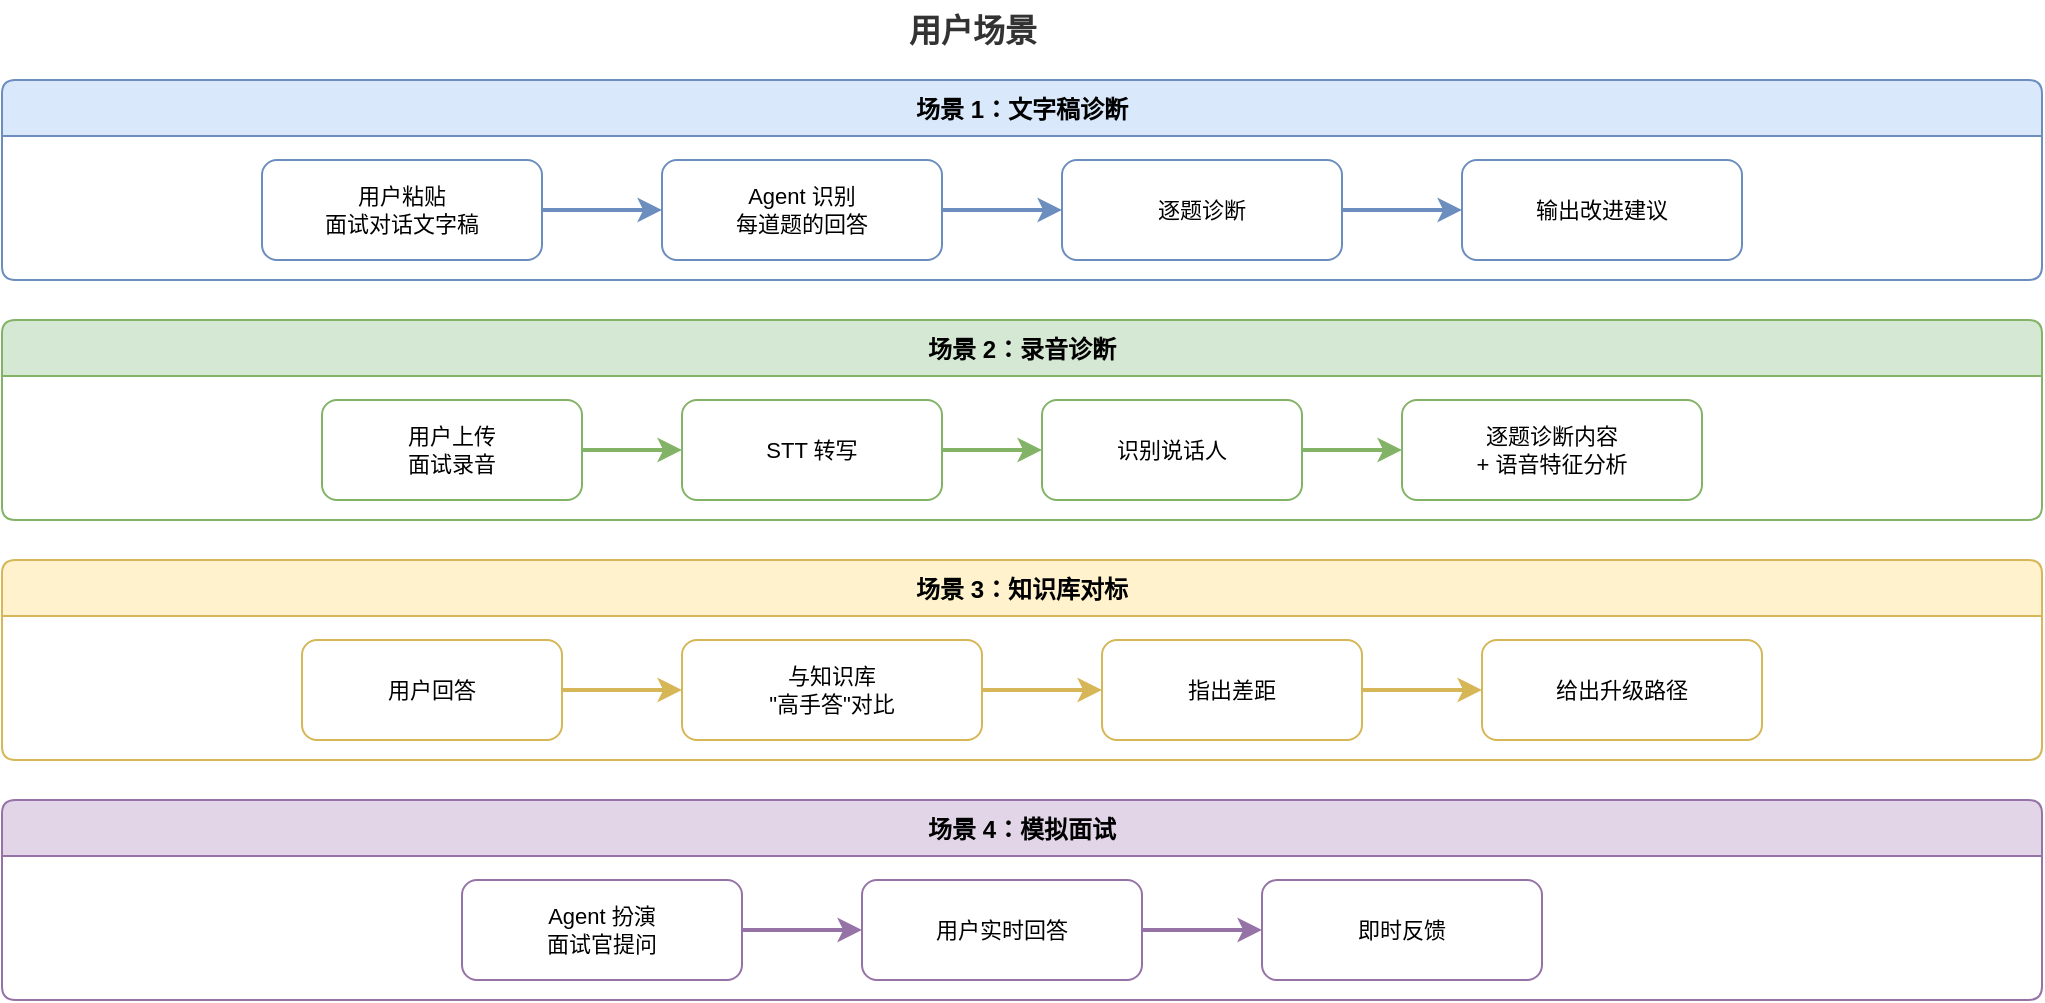
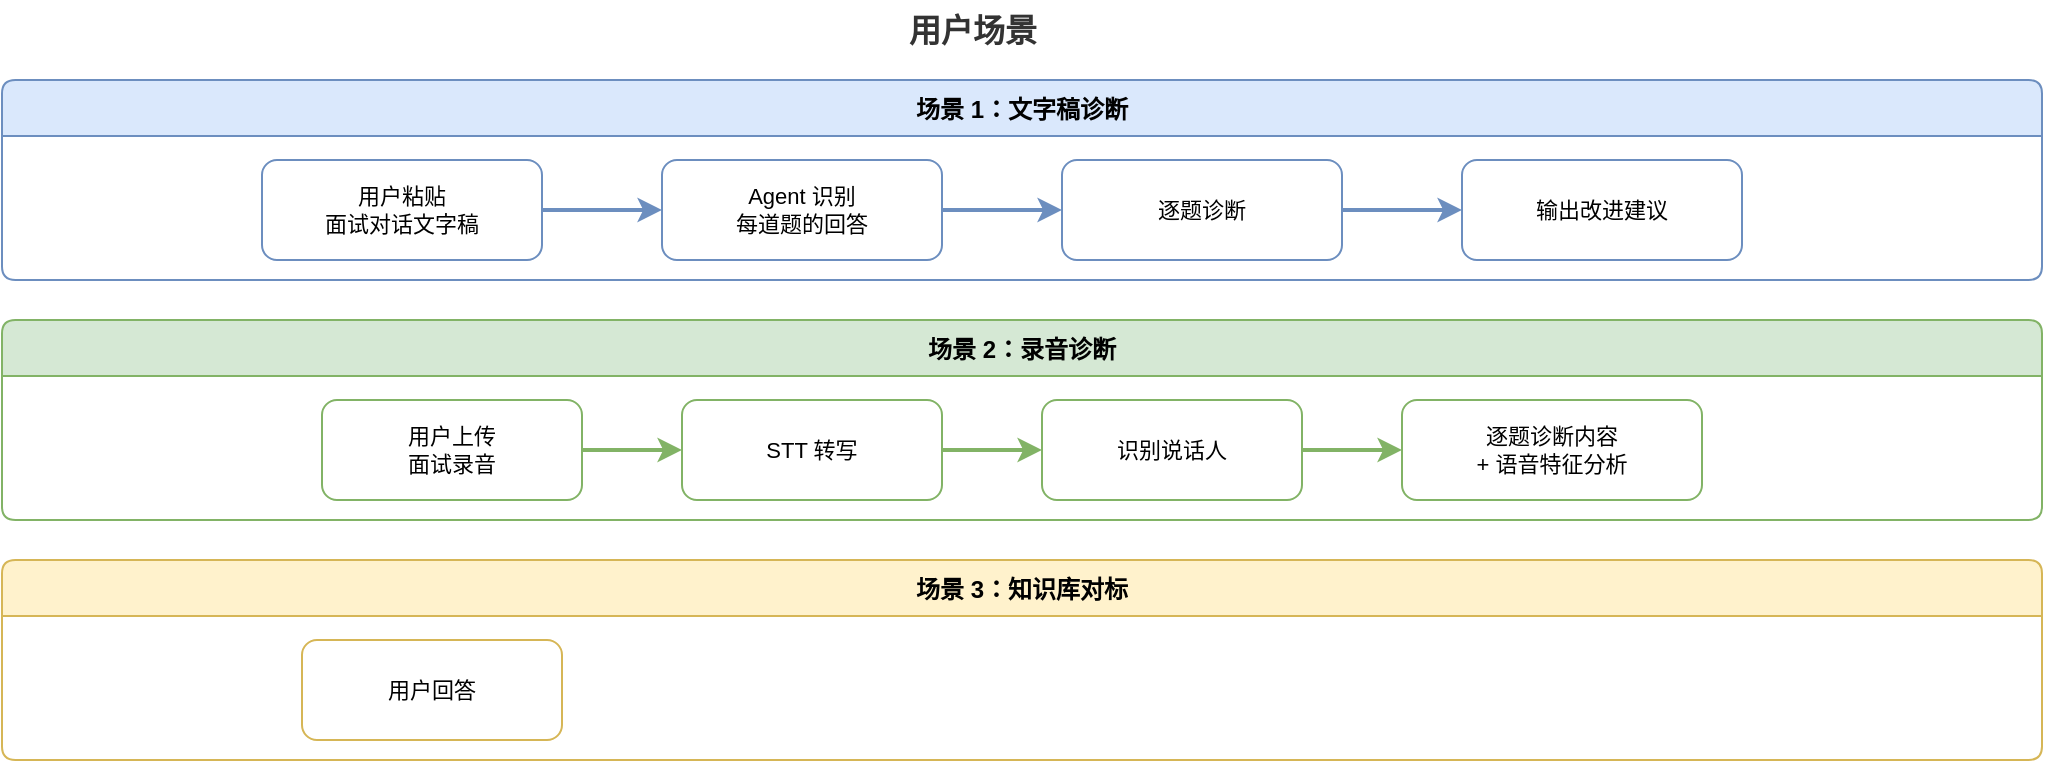
<?xml version="1.0" encoding="UTF-8"?>
<mxfile host="drawio" version="26.0.0">
  <diagram name="Page-1">
    <mxGraphModel dx="1100" dy="700" grid="1" gridSize="10" guides="1" tooltips="1" connect="1" arrows="1" fold="1" page="1" pageScale="1" pageWidth="1100" pageHeight="700" math="0" shadow="0">
      <root>
        <mxCell id="0" />
        <mxCell id="1" parent="0" />

        <!-- Title -->
        <mxCell id="title" value="用户场景" style="text;html=1;align=center;verticalAlign=middle;resizable=0;points=[];autosize=1;strokeColor=none;fillColor=none;fontSize=16;fontStyle=1;fontColor=#333333;" vertex="1" parent="1">
          <mxGeometry x="480" y="10" width="90" height="30" as="geometry" />
        </mxCell>

        <!-- Scenario 1: Text Diagnosis -->
        <mxCell id="s1_grp" value="场景 1：文字稿诊断" style="swimlane;startSize=28;fillColor=#dae8fc;strokeColor=#6c8ebf;fontStyle=1;fontSize=12;collapsible=0;rounded=1;arcSize=8;" vertex="1" parent="1">
          <mxGeometry x="40" y="50" width="1020" height="100" as="geometry" />
        </mxCell>
        <mxCell id="s1a" value="用户粘贴&#xa;面试对话文字稿" style="rounded=1;whiteSpace=wrap;html=1;fillColor=#FFFFFF;strokeColor=#6c8ebf;fontSize=11;" vertex="1" parent="s1_grp">
          <mxGeometry x="130" y="40" width="140" height="50" as="geometry" />
        </mxCell>
        <mxCell id="s1b" value="Agent 识别&#xa;每道题的回答" style="rounded=1;whiteSpace=wrap;html=1;fillColor=#FFFFFF;strokeColor=#6c8ebf;fontSize=11;" vertex="1" parent="s1_grp">
          <mxGeometry x="330" y="40" width="140" height="50" as="geometry" />
        </mxCell>
        <mxCell id="s1c" value="逐题诊断" style="rounded=1;whiteSpace=wrap;html=1;fillColor=#FFFFFF;strokeColor=#6c8ebf;fontSize=11;" vertex="1" parent="s1_grp">
          <mxGeometry x="530" y="40" width="140" height="50" as="geometry" />
        </mxCell>
        <mxCell id="s1d" value="输出改进建议" style="rounded=1;whiteSpace=wrap;html=1;fillColor=#FFFFFF;strokeColor=#6c8ebf;fontSize=11;" vertex="1" parent="s1_grp">
          <mxGeometry x="730" y="40" width="140" height="50" as="geometry" />
        </mxCell>
        <mxCell id="s1e1" value="" style="edgeStyle=orthogonalEdgeStyle;rounded=1;orthogonalLoop=1;jettySize=auto;html=1;strokeColor=#6c8ebf;strokeWidth=2;exitX=1;exitY=0.5;exitDx=0;exitDy=0;entryX=0;entryY=0.5;entryDx=0;entryDy=0;" edge="1" parent="s1_grp" source="s1a" target="s1b">
          <mxGeometry relative="1" as="geometry" />
        </mxCell>
        <mxCell id="s1e2" value="" style="edgeStyle=orthogonalEdgeStyle;rounded=1;orthogonalLoop=1;jettySize=auto;html=1;strokeColor=#6c8ebf;strokeWidth=2;exitX=1;exitY=0.5;exitDx=0;exitDy=0;entryX=0;entryY=0.5;entryDx=0;entryDy=0;" edge="1" parent="s1_grp" source="s1b" target="s1c">
          <mxGeometry relative="1" as="geometry" />
        </mxCell>
        <mxCell id="s1e3" value="" style="edgeStyle=orthogonalEdgeStyle;rounded=1;orthogonalLoop=1;jettySize=auto;html=1;strokeColor=#6c8ebf;strokeWidth=2;exitX=1;exitY=0.5;exitDx=0;exitDy=0;entryX=0;entryY=0.5;entryDx=0;entryDy=0;" edge="1" parent="s1_grp" source="s1c" target="s1d">
          <mxGeometry relative="1" as="geometry" />
        </mxCell>

        <!-- Scenario 2: Audio Diagnosis -->
        <mxCell id="s2_grp" value="场景 2：录音诊断" style="swimlane;startSize=28;fillColor=#d5e8d4;strokeColor=#82b366;fontStyle=1;fontSize=12;collapsible=0;rounded=1;arcSize=8;" vertex="1" parent="1">
          <mxGeometry x="40" y="170" width="1020" height="100" as="geometry" />
        </mxCell>
        <mxCell id="s2a" value="用户上传&#xa;面试录音" style="rounded=1;whiteSpace=wrap;html=1;fillColor=#FFFFFF;strokeColor=#82b366;fontSize=11;" vertex="1" parent="s2_grp">
          <mxGeometry x="160" y="40" width="130" height="50" as="geometry" />
        </mxCell>
        <mxCell id="s2b" value="STT 转写" style="rounded=1;whiteSpace=wrap;html=1;fillColor=#FFFFFF;strokeColor=#82b366;fontSize=11;" vertex="1" parent="s2_grp">
          <mxGeometry x="340" y="40" width="130" height="50" as="geometry" />
        </mxCell>
        <mxCell id="s2c" value="识别说话人" style="rounded=1;whiteSpace=wrap;html=1;fillColor=#FFFFFF;strokeColor=#82b366;fontSize=11;" vertex="1" parent="s2_grp">
          <mxGeometry x="520" y="40" width="130" height="50" as="geometry" />
        </mxCell>
        <mxCell id="s2d" value="逐题诊断内容&#xa;+ 语音特征分析" style="rounded=1;whiteSpace=wrap;html=1;fillColor=#FFFFFF;strokeColor=#82b366;fontSize=11;" vertex="1" parent="s2_grp">
          <mxGeometry x="700" y="40" width="150" height="50" as="geometry" />
        </mxCell>
        <mxCell id="s2e1" value="" style="edgeStyle=orthogonalEdgeStyle;rounded=1;orthogonalLoop=1;jettySize=auto;html=1;strokeColor=#82b366;strokeWidth=2;exitX=1;exitY=0.5;exitDx=0;exitDy=0;entryX=0;entryY=0.5;entryDx=0;entryDy=0;" edge="1" parent="s2_grp" source="s2a" target="s2b">
          <mxGeometry relative="1" as="geometry" />
        </mxCell>
        <mxCell id="s2e2" value="" style="edgeStyle=orthogonalEdgeStyle;rounded=1;orthogonalLoop=1;jettySize=auto;html=1;strokeColor=#82b366;strokeWidth=2;exitX=1;exitY=0.5;exitDx=0;exitDy=0;entryX=0;entryY=0.5;entryDx=0;entryDy=0;" edge="1" parent="s2_grp" source="s2b" target="s2c">
          <mxGeometry relative="1" as="geometry" />
        </mxCell>
        <mxCell id="s2e3" value="" style="edgeStyle=orthogonalEdgeStyle;rounded=1;orthogonalLoop=1;jettySize=auto;html=1;strokeColor=#82b366;strokeWidth=2;exitX=1;exitY=0.5;exitDx=0;exitDy=0;entryX=0;entryY=0.5;entryDx=0;entryDy=0;" edge="1" parent="s2_grp" source="s2c" target="s2d">
          <mxGeometry relative="1" as="geometry" />
        </mxCell>

        <!-- Scenario 3: Knowledge Benchmark -->
        <mxCell id="s3_grp" value="场景 3：知识库对标" style="swimlane;startSize=28;fillColor=#fff2cc;strokeColor=#d6b656;fontStyle=1;fontSize=12;collapsible=0;rounded=1;arcSize=8;" vertex="1" parent="1">
          <mxGeometry x="40" y="290" width="1020" height="100" as="geometry" />
        </mxCell>
        <mxCell id="s3a" value="用户回答" style="rounded=1;whiteSpace=wrap;html=1;fillColor=#FFFFFF;strokeColor=#d6b656;fontSize=11;" vertex="1" parent="s3_grp">
          <mxGeometry x="150" y="40" width="130" height="50" as="geometry" />
        </mxCell>
-         <mxCell id="s3b" value="与知识库&#xa;&quot;高手答&quot;对比" style="rounded=1;whiteSpace=wrap;html=1;fillColor=#FFFFFF;strokeColor=#d6b656;fontSize=11;" vertex="1" parent="s3_grp">
+         <mxCell id="s3b" value="与知识库&#xa;"高手答"对比" style="rounded=1;whiteSpace=wrap;html=1;fillColor=#FFFFFF;strokeColor=#d6b656;fontSize=11;" vertex="1" parent="s3_grp">
          <mxGeometry x="340" y="40" width="150" height="50" as="geometry" />
        </mxCell>
        <mxCell id="s3c" value="指出差距" style="rounded=1;whiteSpace=wrap;html=1;fillColor=#FFFFFF;strokeColor=#d6b656;fontSize=11;" vertex="1" parent="s3_grp">
          <mxGeometry x="550" y="40" width="130" height="50" as="geometry" />
        </mxCell>
        <mxCell id="s3d" value="给出升级路径" style="rounded=1;whiteSpace=wrap;html=1;fillColor=#FFFFFF;strokeColor=#d6b656;fontSize=11;" vertex="1" parent="s3_grp">
          <mxGeometry x="740" y="40" width="140" height="50" as="geometry" />
        </mxCell>
        <mxCell id="s3e1" value="" style="edgeStyle=orthogonalEdgeStyle;rounded=1;orthogonalLoop=1;jettySize=auto;html=1;strokeColor=#d6b656;strokeWidth=2;exitX=1;exitY=0.5;exitDx=0;exitDy=0;entryX=0;entryY=0.5;entryDx=0;entryDy=0;" edge="1" parent="s3_grp" source="s3a" target="s3b">
          <mxGeometry relative="1" as="geometry" />
        </mxCell>
        <mxCell id="s3e2" value="" style="edgeStyle=orthogonalEdgeStyle;rounded=1;orthogonalLoop=1;jettySize=auto;html=1;strokeColor=#d6b656;strokeWidth=2;exitX=1;exitY=0.5;exitDx=0;exitDy=0;entryX=0;entryY=0.5;entryDx=0;entryDy=0;" edge="1" parent="s3_grp" source="s3b" target="s3c">
          <mxGeometry relative="1" as="geometry" />
        </mxCell>
        <mxCell id="s3e3" value="" style="edgeStyle=orthogonalEdgeStyle;rounded=1;orthogonalLoop=1;jettySize=auto;html=1;strokeColor=#d6b656;strokeWidth=2;exitX=1;exitY=0.5;exitDx=0;exitDy=0;entryX=0;entryY=0.5;entryDx=0;entryDy=0;" edge="1" parent="s3_grp" source="s3c" target="s3d">
          <mxGeometry relative="1" as="geometry" />
        </mxCell>

        <!-- Scenario 4: Mock Interview -->
        <mxCell id="s4_grp" value="场景 4：模拟面试" style="swimlane;startSize=28;fillColor=#e1d5e7;strokeColor=#9673a6;fontStyle=1;fontSize=12;collapsible=0;rounded=1;arcSize=8;" vertex="1" parent="1">
          <mxGeometry x="40" y="410" width="1020" height="100" as="geometry" />
        </mxCell>
        <mxCell id="s4a" value="Agent 扮演&#xa;面试官提问" style="rounded=1;whiteSpace=wrap;html=1;fillColor=#FFFFFF;strokeColor=#9673a6;fontSize=11;" vertex="1" parent="s4_grp">
          <mxGeometry x="230" y="40" width="140" height="50" as="geometry" />
        </mxCell>
        <mxCell id="s4b" value="用户实时回答" style="rounded=1;whiteSpace=wrap;html=1;fillColor=#FFFFFF;strokeColor=#9673a6;fontSize=11;" vertex="1" parent="s4_grp">
          <mxGeometry x="430" y="40" width="140" height="50" as="geometry" />
        </mxCell>
        <mxCell id="s4c" value="即时反馈" style="rounded=1;whiteSpace=wrap;html=1;fillColor=#FFFFFF;strokeColor=#9673a6;fontSize=11;" vertex="1" parent="s4_grp">
          <mxGeometry x="630" y="40" width="140" height="50" as="geometry" />
        </mxCell>
        <mxCell id="s4e1" value="" style="edgeStyle=orthogonalEdgeStyle;rounded=1;orthogonalLoop=1;jettySize=auto;html=1;strokeColor=#9673a6;strokeWidth=2;exitX=1;exitY=0.5;exitDx=0;exitDy=0;entryX=0;entryY=0.5;entryDx=0;entryDy=0;" edge="1" parent="s4_grp" source="s4a" target="s4b">
          <mxGeometry relative="1" as="geometry" />
        </mxCell>
        <mxCell id="s4e2" value="" style="edgeStyle=orthogonalEdgeStyle;rounded=1;orthogonalLoop=1;jettySize=auto;html=1;strokeColor=#9673a6;strokeWidth=2;exitX=1;exitY=0.5;exitDx=0;exitDy=0;entryX=0;entryY=0.5;entryDx=0;entryDy=0;" edge="1" parent="s4_grp" source="s4b" target="s4c">
          <mxGeometry relative="1" as="geometry" />
        </mxCell>
      </root>
    </mxGraphModel>
  </diagram>
</mxfile>
